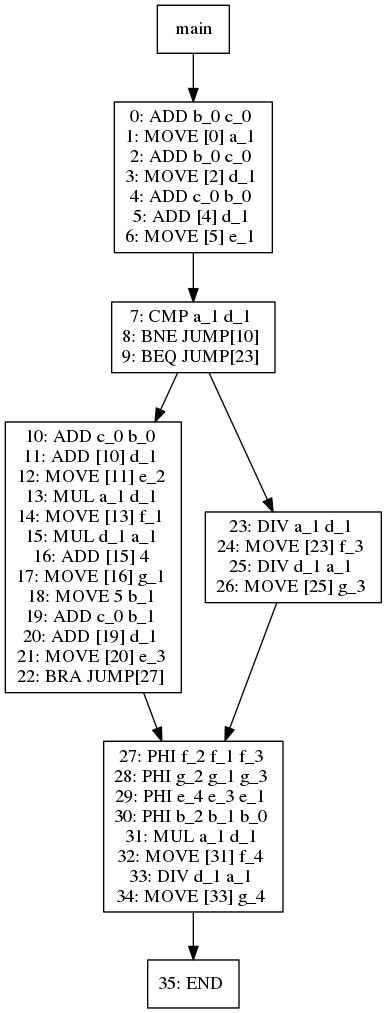
The Graphviz diagram viz/test025.dot.png in jiahanwang/PL241-Compiler, before a commit. Its source is kept beside it as viz/test025.dot.
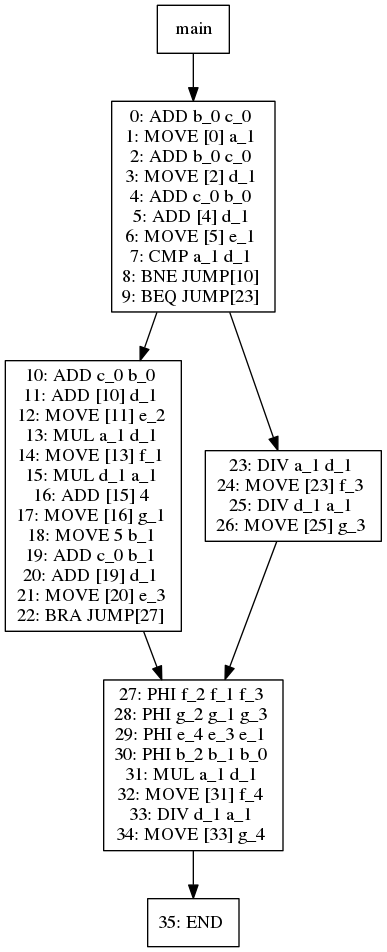
After the change.

Change to the diagram source:
```diff
@@ -9,13 +9,11 @@
 4: ADD c_0 b_0
 5: ADD [4] d_1
 6: MOVE [5] e_1
-"]
-3 -> 6
-6[label="7: CMP a_1 d_1
+7: CMP a_1 d_1
 8: BNE JUMP[10]
 9: BEQ JUMP[23]
 "]
-6 -> 8
+3 -> 8
 8[label="10: ADD c_0 b_0
 11: ADD [10] d_1
 12: MOVE [11] e_2
@@ -43,7 +41,7 @@
 7 -> 17
 17[label="35: END
 "]
-6 -> 13
+3 -> 13
 13[label="23: DIV a_1 d_1
 24: MOVE [23] f_3
 25: DIV d_1 a_1
```
